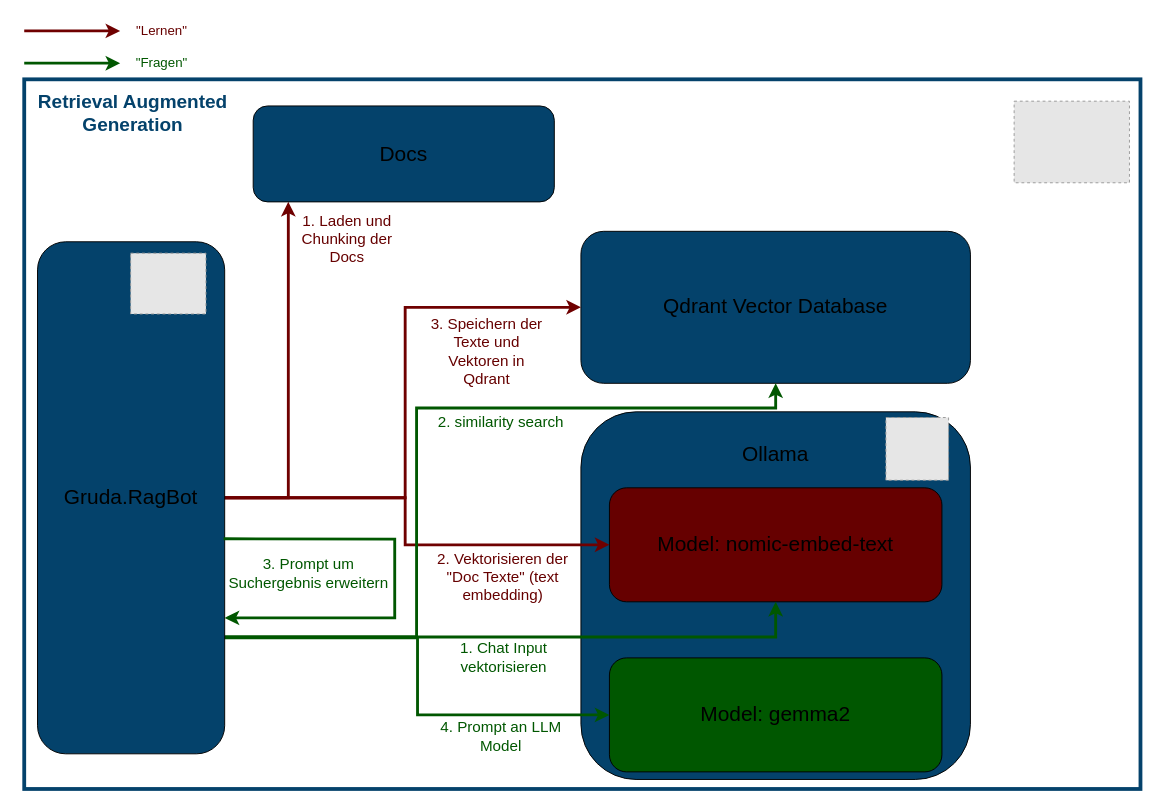
This is Gruda.RagBot.drawio from MarioGruda/Aspire-Blazor-Ollama-RAG, a draw.io file, before an edit. Source tidied: cells renumbered, new cells numbered last; positions are measured from the earlier drawing's top-left corner, leaving out a move shared by most shapes. Both pictures are drawn from the tidied source at 95%, with x=0, y=0 at pixel (24, 16). Pictures stored in the file or linked from it are replaced by grey dashed boxes.
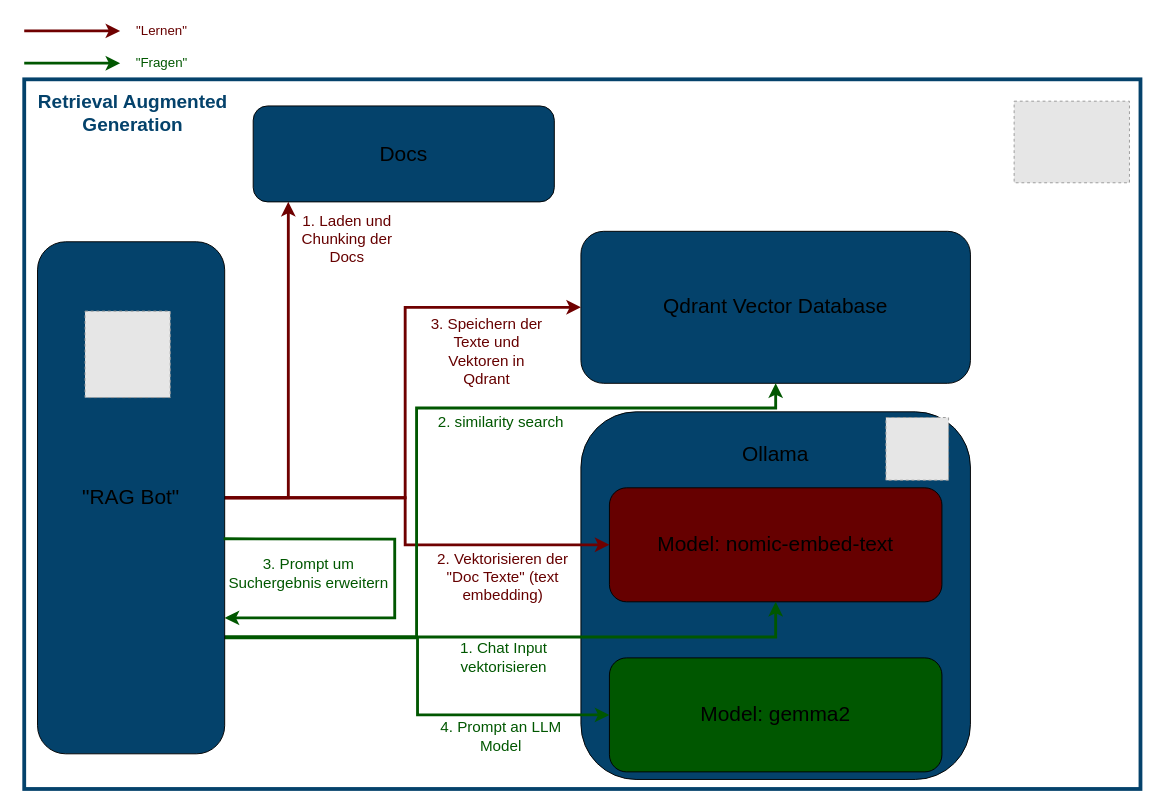
The same diagram, later.

Diff of the diagram source:
```diff
@@
-    <mxCell id="15" value="Gruda.RagBot" style="rounded=1;whiteSpace=wrap;html=1;fillColor=#04426B;fontSize=22;" parent="1" vertex="1">
+    <mxCell id="15" value="&quot;RAG Bot&quot;" style="rounded=1;whiteSpace=wrap;html=1;fillColor=#04426B;fontSize=22;" parent="1" vertex="1">
       <mxGeometry x="14" y="237" width="197" height="539" as="geometry" />
     </mxCell>
-    <mxCell id="16" style="fillColor=#E6E6E6;strokeColor=#999999;dashed=1;verticalLabelPosition=bottom;labelBackgroundColor=default;verticalAlign=top;" parent="1" vertex="1">
-      <mxGeometry x="112" y="249" width="79.3" height="64" as="geometry" />
-    </mxCell>
@@
+    <mxCell id="32" style="fillColor=#E6E6E6;strokeColor=#999999;dashed=1;verticalLabelPosition=bottom;labelBackgroundColor=default;verticalAlign=top;" parent="1" vertex="1">
+      <mxGeometry x="64" y="310" width="89.7" height="91" as="geometry" />
+    </mxCell>
```
